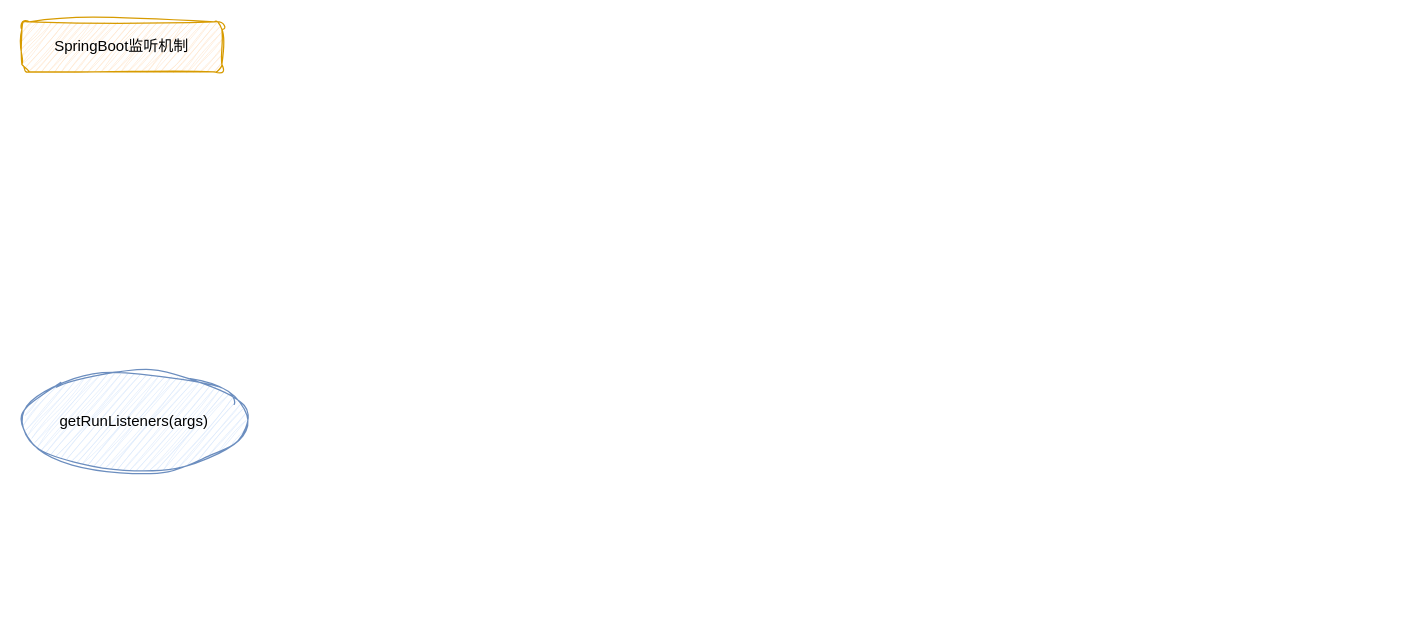
niuxiaocong/nyc-jvm keeps this draw.io diagram as springboot相关/SpringBoot监听机制.drawio. Above is the earlier version. Source tidied: cells renumbered, new cells numbered last; positions are measured from the earlier drawing's top-left corner, leaving out a move shared by most shapes. Both pictures are drawn from the tidied source at 125%, with x=0, y=0 at pixel (21, 21).
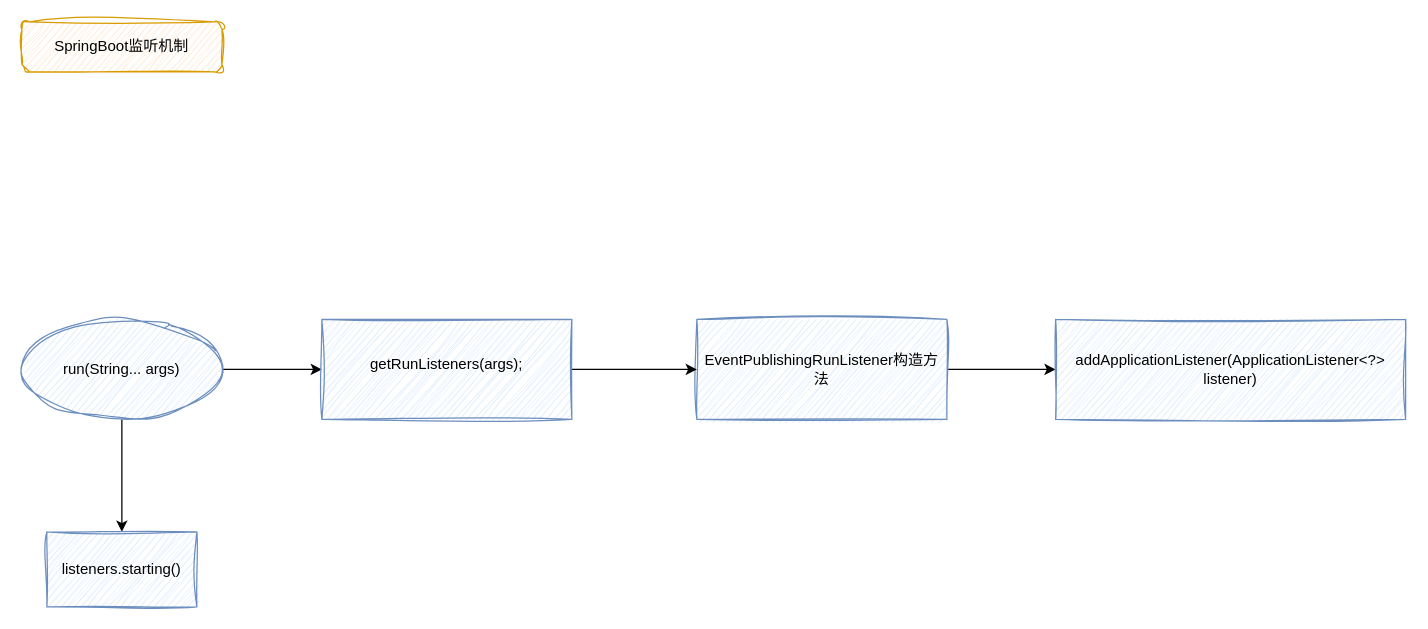
After the change.

Commit message (it also covers changes not shown here):
更新SpringBoot监听机制.drawio

The edit, as a diff of the source:
```diff
@@
 <mxGraphModel>
   <root>
     <mxCell id="0" />
     <mxCell id="1" parent="0" />
     <mxCell id="2" value="SpringBoot监听机制" style="rounded=1;whiteSpace=wrap;html=1;fillColor=#ffe6cc;strokeColor=#d79b00;sketch=1;curveFitting=1;jiggle=2;" parent="1" vertex="1">
       <mxGeometry width="160" height="40" as="geometry" />
     </mxCell>
+    <mxCell id="4" style="edgeStyle=orthogonalEdgeStyle;rounded=0;jettySize=auto;html=1;" parent="1" edge="1" source="3">
+      <mxGeometry relative="1" as="geometry">
+        <mxPoint x="240" y="278" as="targetPoint" />
+      </mxGeometry>
+    </mxCell>
+    <mxCell id="5" style="edgeStyle=orthogonalEdgeStyle;rounded=0;jettySize=auto;html=1;" parent="1" edge="1" source="3" target="11">
+      <mxGeometry relative="1" as="geometry" />
+    </mxCell>
-    <mxCell id="3" value="&lt;div class=&quot;lake-content&quot;&gt;&lt;span class=&quot;ne-text&quot;&gt;getRunListeners(args)&lt;/span&gt;&lt;/div&gt;" style="ellipse;whiteSpace=wrap;html=1;sketch=1;curveFitting=1;jiggle=2;fillColor=#dae8fc;strokeColor=#6c8ebf;" parent="1" vertex="1">
-      <mxGeometry y="280" width="180" height="80" as="geometry" />
+    <mxCell id="3" value="&lt;div class=&quot;lake-content&quot;&gt;&lt;span class=&quot;ne-text&quot;&gt;run(String... args)&lt;/span&gt;&lt;/div&gt;" style="ellipse;whiteSpace=wrap;html=1;sketch=1;curveFitting=1;jiggle=2;fillColor=#dae8fc;strokeColor=#6c8ebf;" parent="1" vertex="1">
+      <mxGeometry y="238" width="160" height="80" as="geometry" />
     </mxCell>
+    <mxCell id="6" style="edgeStyle=orthogonalEdgeStyle;rounded=0;jettySize=auto;html=1;" parent="1" edge="1" source="7" target="8">
+      <mxGeometry relative="1" as="geometry" />
+    </mxCell>
+    <mxCell id="7" value="EventPublishingRunListener构造方法" style="rounded=0;whiteSpace=wrap;html=1;fillColor=#dae8fc;strokeColor=#6c8ebf;sketch=1;curveFitting=1;jiggle=2;" parent="1" vertex="1">
+      <mxGeometry x="540" y="238" width="200" height="80" as="geometry" />
+    </mxCell>
+    <mxCell id="8" value="addApplicationListener(ApplicationListener&amp;lt;?&amp;gt; listener)" style="rounded=0;whiteSpace=wrap;html=1;fillColor=#dae8fc;strokeColor=#6c8ebf;sketch=1;curveFitting=1;jiggle=2;" parent="1" vertex="1">
+      <mxGeometry x="827" y="238" width="280" height="80" as="geometry" />
+    </mxCell>
+    <mxCell id="9" style="edgeStyle=orthogonalEdgeStyle;rounded=0;jettySize=auto;html=1;entryX=0;entryY=0.5;entryDx=0;entryDy=0;" parent="1" edge="1" source="10" target="7">
+      <mxGeometry relative="1" as="geometry" />
+    </mxCell>
+    <mxCell id="10" value="&lt;div class=&quot;lake-content&quot;&gt;&lt;p style=&quot;margin: 0; padding: 0; min-height: 24px&quot; class=&quot;ne-p&quot; id=&quot;u0cedb32c&quot;&gt;&lt;span class=&quot;ne-text&quot;&gt;getRunListeners(args);&lt;/span&gt;&lt;/p&gt;&lt;/div&gt;" style="rounded=0;whiteSpace=wrap;html=1;fillColor=#dae8fc;strokeColor=#6c8ebf;sketch=1;curveFitting=1;jiggle=2;" parent="1" vertex="1">
+      <mxGeometry x="240" y="238" width="200" height="80" as="geometry" />
+    </mxCell>
+    <mxCell id="11" value="&lt;div class=&quot;lake-content&quot;&gt;&lt;span class=&quot;ne-text&quot;&gt;listeners.starting()&lt;/span&gt;&lt;/div&gt;" style="whiteSpace=wrap;html=1;fillColor=#dae8fc;strokeColor=#6c8ebf;sketch=1;curveFitting=1;jiggle=2;" parent="1" vertex="1">
+      <mxGeometry x="20" y="408" width="120" height="60" as="geometry" />
+    </mxCell>
   </root>
 </mxGraphModel>
```
